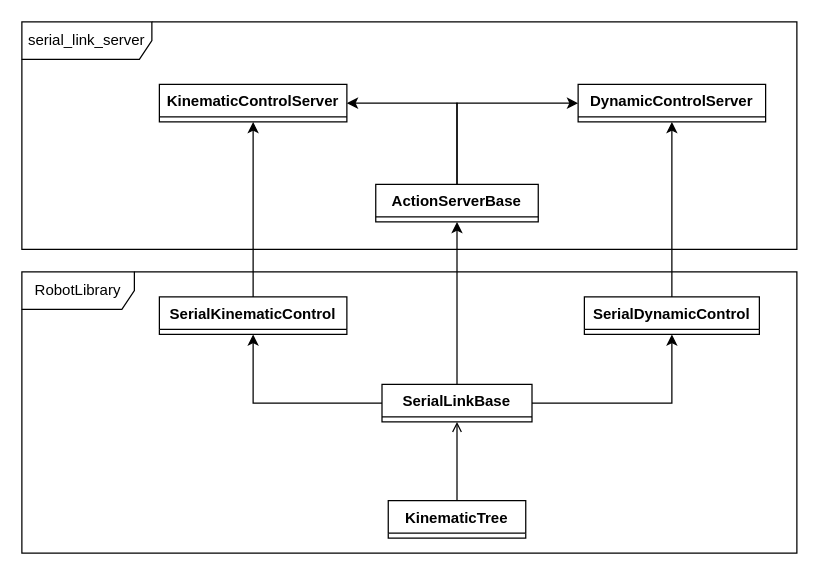
This is page "interactions" (1 of 3) of doc/ClassDiagrams.drawio from Woolfrey/server_serial_link, a draw.io file, before an edit. Source tidied: cells renumbered, new cells numbered last; positions are measured from the earlier drawing's top-left corner, leaving out a move shared by most shapes. Both pictures are drawn from the tidied source at 125%, with x=0, y=0 at pixel (21, 21).
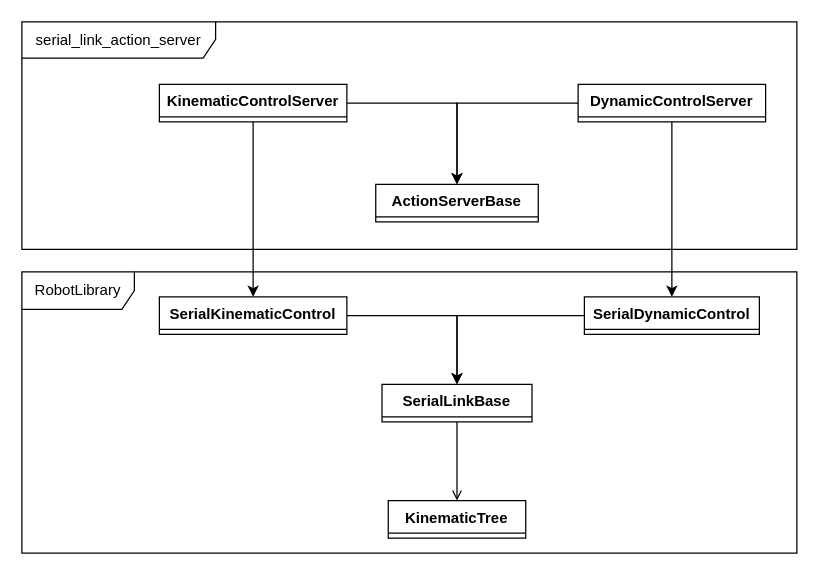
After the change.

Unchanged cells that the change refers to:
```xml
<mxCell id="4" value="ActionServerBase" style="swimlane;fontStyle=1;align=center;verticalAlign=top;horizontal=1;startSize=26;whiteSpace=wrap;html=1;" parent="1" vertex="1" collapsed="1">
  <mxGeometry x="283.1" y="130" width="130" height="30" as="geometry" />
</mxCell>
<mxCell id="5" value="KinematicControlServer" style="swimlane;fontStyle=1;align=center;verticalAlign=top;horizontal=1;startSize=26;whiteSpace=wrap;html=1;" parent="1" vertex="1" collapsed="1">
  <mxGeometry x="110" y="50" width="150" height="30" as="geometry" />
</mxCell>
<mxCell id="9" value="SerialLinkBase" style="swimlane;fontStyle=1;align=center;verticalAlign=top;horizontal=1;startSize=26;whiteSpace=wrap;html=1;" parent="1" vertex="1" collapsed="1">
  <mxGeometry x="288.1" y="290" width="120" height="30" as="geometry" />
</mxCell>
<mxCell id="11" value="SerialKinematicControl" style="swimlane;fontStyle=1;align=center;verticalAlign=top;horizontal=1;startSize=26;whiteSpace=wrap;html=1;" parent="1" vertex="1" collapsed="1">
  <mxGeometry x="110" y="220" width="150" height="30" as="geometry" />
</mxCell>
<mxCell id="13" value="SerialDynamicControl" style="swimlane;fontStyle=1;align=center;verticalAlign=top;horizontal=1;startSize=26;whiteSpace=wrap;html=1;" parent="1" vertex="1" collapsed="1">
  <mxGeometry x="450" y="220" width="140" height="30" as="geometry" />
</mxCell>
<mxCell id="14" value="DynamicControlServer" style="swimlane;fontStyle=1;align=center;verticalAlign=top;horizontal=1;startSize=26;whiteSpace=wrap;html=1;" parent="1" vertex="1" collapsed="1">
  <mxGeometry x="445" y="50" width="150" height="30" as="geometry" />
</mxCell>
<mxCell id="18" value="KinematicTree" style="swimlane;fontStyle=1;align=center;verticalAlign=top;horizontal=1;startSize=26;whiteSpace=wrap;html=1;" parent="1" vertex="1" collapsed="1">
  <mxGeometry x="293.1" y="383" width="110" height="30" as="geometry" />
</mxCell>
```

The edit, as a diff of the source:
```diff
@@
-    <mxCell id="2" style="edgeStyle=orthogonalEdgeStyle;rounded=0;jettySize=auto;html=1;" parent="1" edge="1" source="4" target="5">
-      <mxGeometry relative="1" as="geometry">
-        <Array as="points">
-          <mxPoint x="348" y="65" />
-        </Array>
-      </mxGeometry>
-    </mxCell>
-    <mxCell id="3" style="edgeStyle=orthogonalEdgeStyle;rounded=0;jettySize=auto;html=1;" parent="1" edge="1" source="4" target="14">
-      <mxGeometry relative="1" as="geometry">
-        <Array as="points">
-          <mxPoint x="348" y="65" />
-        </Array>
-      </mxGeometry>
-    </mxCell>
@@
+    <mxCell id="19" style="edgeStyle=orthogonalEdgeStyle;rounded=0;jettySize=auto;html=1;" parent="1" edge="1" source="5" target="4">
+      <mxGeometry relative="1" as="geometry" />
+    </mxCell>
+    <mxCell id="20" style="edgeStyle=orthogonalEdgeStyle;rounded=0;jettySize=auto;html=1;" parent="1" edge="1" source="5" target="11">
+      <mxGeometry relative="1" as="geometry" />
+    </mxCell>
@@
-    <mxCell id="6" style="edgeStyle=orthogonalEdgeStyle;rounded=0;jettySize=auto;html=1;" parent="1" edge="1" source="9" target="11">
-      <mxGeometry relative="1" as="geometry" />
-    </mxCell>
-    <mxCell id="7" style="edgeStyle=orthogonalEdgeStyle;rounded=0;jettySize=auto;html=1;" parent="1" edge="1" source="9" target="13">
-      <mxGeometry relative="1" as="geometry" />
-    </mxCell>
-    <mxCell id="8" style="edgeStyle=orthogonalEdgeStyle;rounded=0;jettySize=auto;html=1;entryX=0.5;entryY=1;entryDx=0;entryDy=0;" parent="1" edge="1" source="9" target="4">
-      <mxGeometry relative="1" as="geometry" />
-    </mxCell>
+    <mxCell id="21" style="edgeStyle=orthogonalEdgeStyle;rounded=0;jettySize=auto;html=1;entryX=0.5;entryY=0;entryDx=0;entryDy=0;endArrow=open;endFill=0;" parent="1" edge="1" source="9" target="18">
+      <mxGeometry relative="1" as="geometry" />
+    </mxCell>
@@
-    <mxCell id="10" style="edgeStyle=orthogonalEdgeStyle;rounded=0;jettySize=auto;html=1;" parent="1" edge="1" source="11" target="5">
-      <mxGeometry relative="1" as="geometry" />
-    </mxCell>
+    <mxCell id="22" style="edgeStyle=orthogonalEdgeStyle;rounded=0;jettySize=auto;html=1;" parent="1" edge="1" source="11" target="9">
+      <mxGeometry relative="1" as="geometry" />
+    </mxCell>
@@
-    <mxCell id="12" style="edgeStyle=orthogonalEdgeStyle;rounded=0;jettySize=auto;html=1;" parent="1" edge="1" source="13" target="14">
-      <mxGeometry relative="1" as="geometry" />
-    </mxCell>
@@
+    <mxCell id="23" style="edgeStyle=orthogonalEdgeStyle;rounded=0;jettySize=auto;html=1;" parent="1" edge="1" source="14" target="4">
+      <mxGeometry relative="1" as="geometry" />
+    </mxCell>
+    <mxCell id="24" style="edgeStyle=orthogonalEdgeStyle;rounded=0;jettySize=auto;html=1;" parent="1" edge="1" source="14" target="13">
+      <mxGeometry relative="1" as="geometry" />
+    </mxCell>
@@
-    <mxCell id="16" value="serial_link_server" style="shape=umlFrame;whiteSpace=wrap;html=1;width=104;height=30;" parent="1" vertex="1">
+    <mxCell id="16" value="serial_link_action_server" style="shape=umlFrame;whiteSpace=wrap;html=1;width=155;height=29;" parent="1" vertex="1">
       <mxGeometry width="620" height="182" as="geometry" />
     </mxCell>
-    <mxCell id="17" style="edgeStyle=orthogonalEdgeStyle;rounded=0;jettySize=auto;html=1;endArrow=open;endFill=0;" parent="1" edge="1" source="18" target="9">
-      <mxGeometry relative="1" as="geometry" />
-    </mxCell>
@@
+    <mxCell id="25" style="edgeStyle=orthogonalEdgeStyle;rounded=0;jettySize=auto;html=1;" parent="1" edge="1" source="13" target="9">
+      <mxGeometry relative="1" as="geometry" />
+    </mxCell>
```
